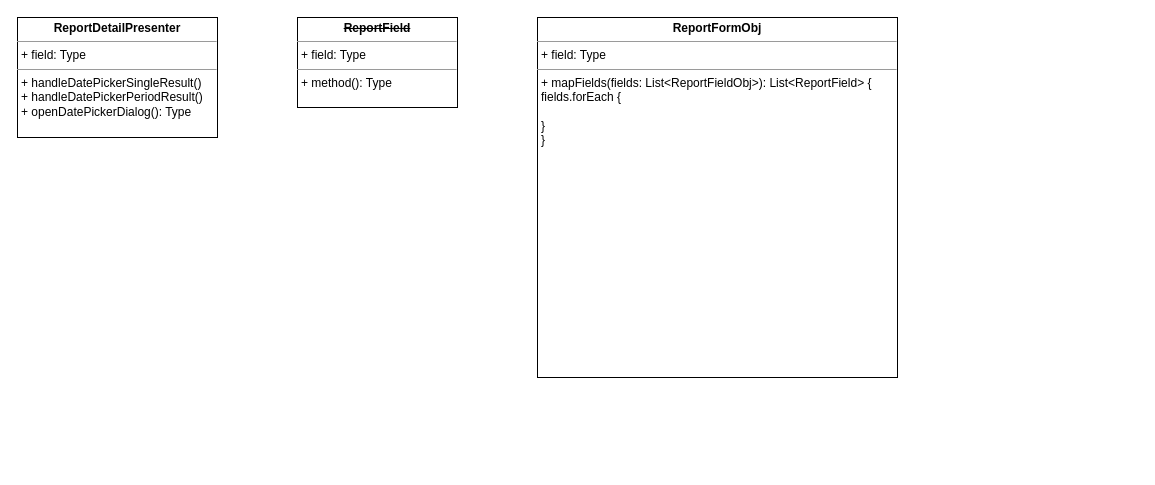
Before: UNI-14817.drawio in ShiryaevNikolay/diagrams, a draw.io diagram. Source tidied: cells renumbered, new cells numbered last; positions are measured from the earlier drawing's top-left corner, leaving out a move shared by most shapes. Both pictures are drawn from the tidied source at 100%, with x=0, y=0 at pixel (17, 17).
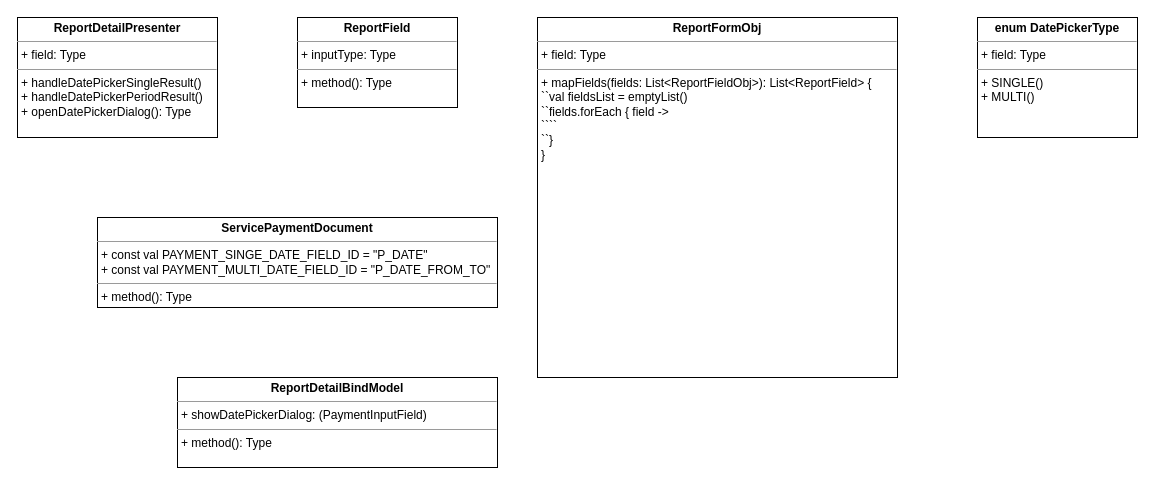
After the change.

Diff of the diagram source:
`````diff
@@
 <mxGraphModel>
   <root>
     <mxCell id="0" />
     <mxCell id="1" parent="0" />
     <mxCell id="2" value="&lt;p style=&quot;margin: 0px ; margin-top: 4px ; text-align: center&quot;&gt;&lt;b&gt;ReportDetailPresenter&lt;/b&gt;&lt;/p&gt;&lt;hr size=&quot;1&quot;&gt;&lt;p style=&quot;margin: 0px ; margin-left: 4px&quot;&gt;+ field: Type&lt;/p&gt;&lt;hr size=&quot;1&quot;&gt;&lt;p style=&quot;margin: 0px ; margin-left: 4px&quot;&gt;+ handleDatePickerSingleResult()&lt;/p&gt;&lt;p style=&quot;margin: 0px ; margin-left: 4px&quot;&gt;+ handleDatePickerPeriodResult()&lt;br&gt;&lt;/p&gt;&lt;p style=&quot;margin: 0px ; margin-left: 4px&quot;&gt;+ openDatePickerDialog(): Type&lt;/p&gt;" style="verticalAlign=top;align=left;overflow=fill;fontSize=12;fontFamily=Helvetica;html=1;" parent="1" vertex="1">
       <mxGeometry width="200" height="120" as="geometry" />
     </mxCell>
-    <mxCell id="3" value="&lt;p style=&quot;margin: 0px ; margin-top: 4px ; text-align: center&quot;&gt;&lt;strike&gt;&lt;b&gt;ReportField&lt;/b&gt;&lt;/strike&gt;&lt;/p&gt;&lt;hr size=&quot;1&quot;&gt;&lt;p style=&quot;margin: 0px ; margin-left: 4px&quot;&gt;+ field: Type&lt;/p&gt;&lt;hr size=&quot;1&quot;&gt;&lt;p style=&quot;margin: 0px ; margin-left: 4px&quot;&gt;+ method(): Type&lt;/p&gt;" style="verticalAlign=top;align=left;overflow=fill;fontSize=12;fontFamily=Helvetica;html=1;" parent="1" vertex="1">
+    <mxCell id="3" value="&lt;p style=&quot;margin: 0px ; margin-top: 4px ; text-align: center&quot;&gt;&lt;b&gt;ReportField&lt;/b&gt;&lt;/p&gt;&lt;hr size=&quot;1&quot;&gt;&lt;p style=&quot;margin: 0px ; margin-left: 4px&quot;&gt;+ inputType: Type&lt;/p&gt;&lt;hr size=&quot;1&quot;&gt;&lt;p style=&quot;margin: 0px ; margin-left: 4px&quot;&gt;+ method(): Type&lt;/p&gt;" style="verticalAlign=top;align=left;overflow=fill;fontSize=12;fontFamily=Helvetica;html=1;" parent="1" vertex="1">
       <mxGeometry x="280" width="160" height="90" as="geometry" />
     </mxCell>
-    <mxCell id="4" value="&lt;p style=&quot;margin: 0px ; margin-top: 4px ; text-align: center&quot;&gt;&lt;b&gt;ReportFormObj&lt;/b&gt;&lt;/p&gt;&lt;hr size=&quot;1&quot;&gt;&lt;p style=&quot;margin: 0px ; margin-left: 4px&quot;&gt;+ field: Type&lt;/p&gt;&lt;hr size=&quot;1&quot;&gt;&lt;p style=&quot;margin: 0px ; margin-left: 4px&quot;&gt;+ mapFields(fields: List&amp;lt;ReportFieldObj&amp;gt;): List&amp;lt;ReportField&amp;gt; {&lt;/p&gt;&lt;p style=&quot;margin: 0px ; margin-left: 4px&quot;&gt;fields.forEach {&lt;/p&gt;&lt;p style=&quot;margin: 0px ; margin-left: 4px&quot;&gt;&lt;br&gt;&lt;/p&gt;&lt;p style=&quot;margin: 0px ; margin-left: 4px&quot;&gt;}&lt;br&gt;&lt;/p&gt;&lt;p style=&quot;margin: 0px ; margin-left: 4px&quot;&gt;}&lt;br&gt;&lt;/p&gt;" style="verticalAlign=top;align=left;overflow=fill;fontSize=12;fontFamily=Helvetica;html=1;" parent="1" vertex="1">
+    <mxCell id="4" value="&lt;p style=&quot;margin: 0px ; margin-top: 4px ; text-align: center&quot;&gt;&lt;b&gt;ReportFormObj&lt;/b&gt;&lt;/p&gt;&lt;hr size=&quot;1&quot;&gt;&lt;p style=&quot;margin: 0px ; margin-left: 4px&quot;&gt;+ field: Type&lt;/p&gt;&lt;hr size=&quot;1&quot;&gt;&lt;p style=&quot;margin: 0px ; margin-left: 4px&quot;&gt;+ mapFields(fields: List&amp;lt;ReportFieldObj&amp;gt;): List&amp;lt;ReportField&amp;gt; {&lt;/p&gt;&lt;p style=&quot;margin: 0px ; margin-left: 4px&quot;&gt;``val fieldsList = emptyList()&lt;br&gt;&lt;/p&gt;&lt;p style=&quot;margin: 0px ; margin-left: 4px&quot;&gt;``fields.forEach { field -&amp;gt;&lt;br&gt;&lt;/p&gt;&lt;p style=&quot;margin: 0px ; margin-left: 4px&quot;&gt;````&lt;br&gt;&lt;/p&gt;&lt;p style=&quot;margin: 0px ; margin-left: 4px&quot;&gt;``}&lt;br&gt;&lt;/p&gt;&lt;p style=&quot;margin: 0px ; margin-left: 4px&quot;&gt;}&lt;br&gt;&lt;/p&gt;" style="verticalAlign=top;align=left;overflow=fill;fontSize=12;fontFamily=Helvetica;html=1;" parent="1" vertex="1">
       <mxGeometry x="520" width="360" height="360" as="geometry" />
     </mxCell>
+    <mxCell id="5" value="&lt;p style=&quot;margin: 0px ; margin-top: 4px ; text-align: center&quot;&gt;&lt;b&gt;enum DatePickerType&lt;br&gt;&lt;/b&gt;&lt;/p&gt;&lt;hr size=&quot;1&quot;&gt;&lt;p style=&quot;margin: 0px ; margin-left: 4px&quot;&gt;+ field: Type&lt;/p&gt;&lt;hr size=&quot;1&quot;&gt;&lt;p style=&quot;margin: 0px ; margin-left: 4px&quot;&gt;+ SINGLE()&lt;/p&gt;&lt;p style=&quot;margin: 0px ; margin-left: 4px&quot;&gt;+ MULTI()&lt;br&gt;&lt;/p&gt;" style="verticalAlign=top;align=left;overflow=fill;fontSize=12;fontFamily=Helvetica;html=1;" parent="1" vertex="1">
+      <mxGeometry x="960" width="160" height="120" as="geometry" />
+    </mxCell>
+    <mxCell id="6" value="&lt;p style=&quot;margin: 0px ; margin-top: 4px ; text-align: center&quot;&gt;&lt;b&gt;ServicePaymentDocument&lt;/b&gt;&lt;/p&gt;&lt;hr size=&quot;1&quot;&gt;&lt;p style=&quot;margin: 0px ; margin-left: 4px&quot;&gt;+ const val PAYMENT_SINGE_DATE_FIELD_ID = &quot;P_DATE&quot;&lt;/p&gt;&lt;p style=&quot;margin: 0px ; margin-left: 4px&quot;&gt;+ const val PAYMENT_MULTI_DATE_FIELD_ID = &quot;P_DATE_FROM_TO&quot;&lt;/p&gt;&lt;hr size=&quot;1&quot;&gt;&lt;p style=&quot;margin: 0px ; margin-left: 4px&quot;&gt;+ method(): Type&lt;/p&gt;" style="verticalAlign=top;align=left;overflow=fill;fontSize=12;fontFamily=Helvetica;html=1;" parent="1" vertex="1">
+      <mxGeometry x="80" y="200" width="400" height="90" as="geometry" />
+    </mxCell>
+    <mxCell id="7" value="&lt;p style=&quot;margin: 0px ; margin-top: 4px ; text-align: center&quot;&gt;&lt;b&gt;ReportDetailBindModel&lt;/b&gt;&lt;/p&gt;&lt;hr size=&quot;1&quot;&gt;&lt;p style=&quot;margin: 0px ; margin-left: 4px&quot;&gt;+ showDatePickerDialog: (PaymentInputField)&lt;br&gt;&lt;/p&gt;&lt;hr size=&quot;1&quot;&gt;&lt;p style=&quot;margin: 0px ; margin-left: 4px&quot;&gt;+ method(): Type&lt;/p&gt;" style="verticalAlign=top;align=left;overflow=fill;fontSize=12;fontFamily=Helvetica;html=1;" parent="1" vertex="1">
+      <mxGeometry x="160" y="360" width="320" height="90" as="geometry" />
+    </mxCell>
   </root>
 </mxGraphModel>
`````
